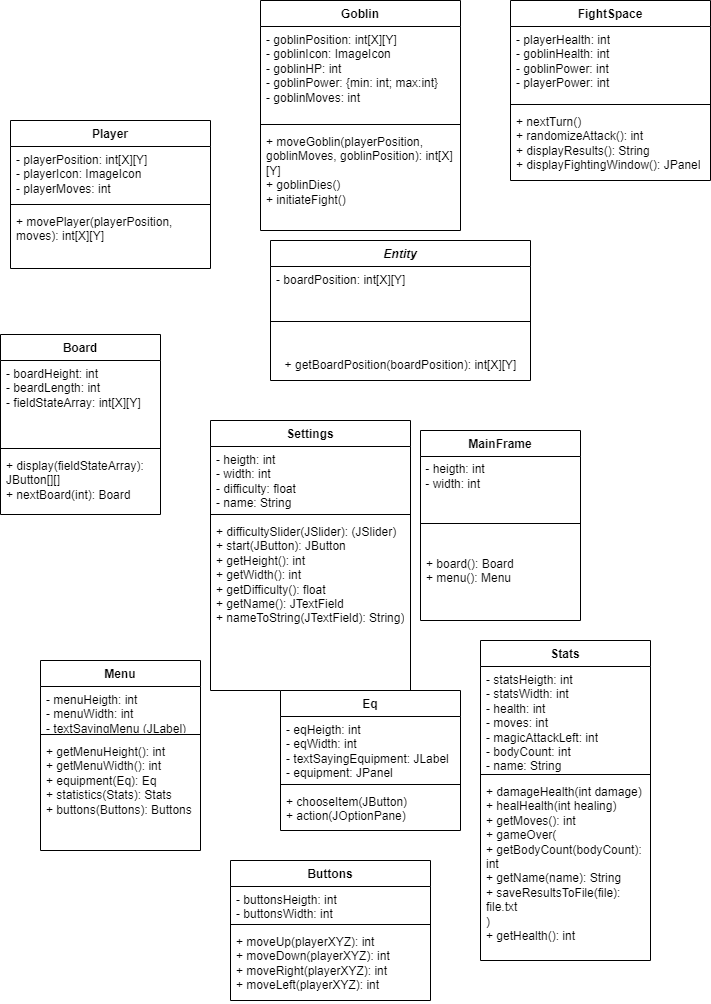
The draw.io diagram diagram_klas.png in jacob-w4/Java-simple-game, before a commit. Source tidied: cells renumbered, new cells last; positions are measured from the earlier drawing's top-left corner, leaving out a move shared by most shapes.
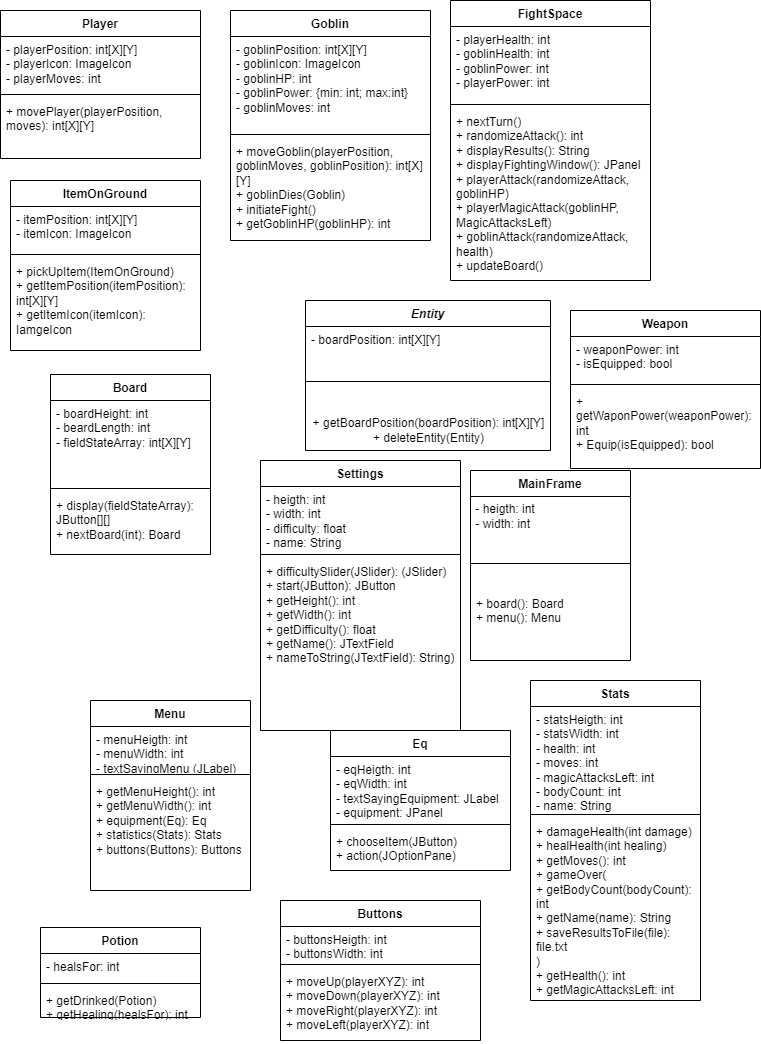
After the change.

What changed in the source:
```diff
@@ -53,13 +53,13 @@
     <mxCell id="18" value="Stats" style="swimlane;fontStyle=1;align=center;verticalAlign=top;horizontal=1;startSize=26;whiteSpace=wrap;html=1;" parent="1" vertex="1">
       <mxGeometry x="480" y="640" width="170" height="320" as="geometry" />
     </mxCell>
-    <mxCell id="19" value="- statsHeigth: int&lt;br style=&quot;border-color: var(--border-color);&quot;&gt;- statsWidth: int&lt;br&gt;- health: int&lt;br&gt;- moves: int&lt;br&gt;- magicAttackLeft: int&lt;br&gt;- bodyCount: int&lt;br&gt;- name: String" style="text;strokeColor=none;fillColor=none;align=left;verticalAlign=top;spacingLeft=4;spacingRight=4;overflow=hidden;whiteSpace=wrap;html=1;" parent="18" vertex="1">
+    <mxCell id="19" value="- statsHeigth: int&lt;br style=&quot;border-color: var(--border-color);&quot;&gt;- statsWidth: int&lt;br&gt;- health: int&lt;br&gt;- moves: int&lt;br&gt;- magicAttacksLeft: int&lt;br&gt;- bodyCount: int&lt;br&gt;- name: String" style="text;strokeColor=none;fillColor=none;align=left;verticalAlign=top;spacingLeft=4;spacingRight=4;overflow=hidden;whiteSpace=wrap;html=1;" parent="18" vertex="1">
       <mxGeometry y="26" width="170" height="104" as="geometry" />
     </mxCell>
     <mxCell id="20" style="line;strokeWidth=1;fillColor=none;align=left;verticalAlign=middle;spacingTop=-1;spacingLeft=3;spacingRight=3;labelPosition=right;strokeColor=inherit;" parent="18" vertex="1">
       <mxGeometry y="130" width="170" height="8" as="geometry" />
     </mxCell>
-    <mxCell id="21" value="+ damageHealth(int damage)&lt;br&gt;+ healHealth(int healing)&lt;br&gt;+ getMoves(): int&lt;br&gt;+ gameOver(&lt;br&gt;+ getBodyCount(bodyCount): int&lt;br style=&quot;border-color: var(--border-color);&quot;&gt;+ getName(name): String&lt;br&gt;+ saveResultsToFile(file): file.txt&lt;br&gt;)&lt;br&gt;+ getHealth(): int" style="text;strokeColor=none;fillColor=none;align=left;verticalAlign=top;spacingLeft=4;spacingRight=4;overflow=hidden;whiteSpace=wrap;html=1;" parent="18" vertex="1">
+    <mxCell id="21" value="+ damageHealth(int damage)&lt;br&gt;+ healHealth(int healing)&lt;br&gt;+ getMoves(): int&lt;br&gt;+ gameOver(&lt;br&gt;+ getBodyCount(bodyCount): int&lt;br style=&quot;border-color: var(--border-color);&quot;&gt;+ getName(name): String&lt;br&gt;+ saveResultsToFile(file): file.txt&lt;br&gt;)&lt;br&gt;+ getHealth(): int&lt;br&gt;+ getMagicAttacksLeft: int" style="text;strokeColor=none;fillColor=none;align=left;verticalAlign=top;spacingLeft=4;spacingRight=4;overflow=hidden;whiteSpace=wrap;html=1;" parent="18" vertex="1">
       <mxGeometry y="138" width="170" height="182" as="geometry" />
     </mxCell>
     <mxCell id="22" value="Buttons" style="swimlane;fontStyle=1;align=center;verticalAlign=top;horizontal=1;startSize=26;whiteSpace=wrap;html=1;" parent="1" vertex="1">
@@ -87,19 +87,19 @@
       <mxGeometry y="98" width="180" height="42" as="geometry" />
     </mxCell>
     <mxCell id="30" value="&lt;i&gt;Entity&lt;/i&gt;" style="swimlane;fontStyle=1;align=center;verticalAlign=top;horizontal=1;startSize=26;whiteSpace=wrap;html=1;" parent="1" vertex="1">
-      <mxGeometry x="270" y="240" width="260" height="140" as="geometry" />
+      <mxGeometry x="255" y="260" width="245" height="150" as="geometry" />
     </mxCell>
     <mxCell id="31" value="- boardPosition: int[X][Y]" style="text;strokeColor=none;fillColor=none;align=left;verticalAlign=top;spacingLeft=4;spacingRight=4;overflow=hidden;whiteSpace=wrap;html=1;" parent="30" vertex="1">
-      <mxGeometry y="26" width="260" height="26" as="geometry" />
+      <mxGeometry y="26" width="245" height="26" as="geometry" />
     </mxCell>
     <mxCell id="32" style="line;strokeWidth=1;fillColor=none;align=left;verticalAlign=middle;spacingTop=-1;spacingLeft=3;spacingRight=3;labelPosition=right;strokeColor=inherit;" parent="30" vertex="1">
-      <mxGeometry y="52" width="260" height="58" as="geometry" />
+      <mxGeometry y="52" width="245" height="58" as="geometry" />
     </mxCell>
-    <mxCell id="33" value="+ getBoardPosition(boardPosition): int[X][Y]" style="text;html=1;align=center;verticalAlign=middle;strokeColor=none;fillColor=none;" parent="30" vertex="1">
-      <mxGeometry y="110" width="260" height="30" as="geometry" />
+    <mxCell id="33" value="+ getBoardPosition(boardPosition): int[X][Y]&lt;br&gt;+ deleteEntity(Entity)" style="text;html=1;align=center;verticalAlign=middle;strokeColor=none;fillColor=none;" parent="30" vertex="1">
+      <mxGeometry y="110" width="245" height="40" as="geometry" />
     </mxCell>
     <mxCell id="34" value="Player" style="swimlane;fontStyle=1;align=center;verticalAlign=top;horizontal=1;startSize=26;whiteSpace=wrap;html=1;" parent="1" vertex="1">
-      <mxGeometry x="10" y="120" width="200" height="148" as="geometry" />
+      <mxGeometry x="-50" y="-30" width="200" height="148" as="geometry" />
     </mxCell>
     <mxCell id="35" value="- playerPosition: int[X][Y]&lt;br&gt;- playerIcon: ImageIcon&lt;br&gt;- playerMoves: int" style="text;strokeColor=none;fillColor=none;align=left;verticalAlign=top;spacingLeft=4;spacingRight=4;overflow=hidden;whiteSpace=wrap;html=1;" parent="34" vertex="1">
       <mxGeometry y="26" width="200" height="54" as="geometry" />
@@ -111,7 +111,7 @@
       <mxGeometry y="88" width="200" height="60" as="geometry" />
     </mxCell>
     <mxCell id="38" value="Goblin" style="swimlane;fontStyle=1;align=center;verticalAlign=top;horizontal=1;startSize=26;whiteSpace=wrap;html=1;" parent="1" vertex="1">
-      <mxGeometry x="260" width="200" height="230" as="geometry" />
+      <mxGeometry x="180" y="-30" width="200" height="230" as="geometry" />
     </mxCell>
     <mxCell id="39" value="- goblinPosition: int[X][Y]&lt;br&gt;- goblinIcon: ImageIcon&lt;br&gt;- goblinHP: int&lt;br&gt;- goblinPower: {min: int; max:int}&lt;br&gt;- goblinMoves: int" style="text;strokeColor=none;fillColor=none;align=left;verticalAlign=top;spacingLeft=4;spacingRight=4;overflow=hidden;whiteSpace=wrap;html=1;" parent="38" vertex="1">
       <mxGeometry y="26" width="200" height="94" as="geometry" />
@@ -119,11 +119,11 @@
     <mxCell id="40" style="line;strokeWidth=1;fillColor=none;align=left;verticalAlign=middle;spacingTop=-1;spacingLeft=3;spacingRight=3;labelPosition=right;strokeColor=inherit;" parent="38" vertex="1">
       <mxGeometry y="120" width="200" height="8" as="geometry" />
     </mxCell>
-    <mxCell id="41" value="+ moveGoblin(playerPosition, goblinMoves, goblinPosition): int[X][Y]&lt;br&gt;+ goblinDies()&lt;br&gt;+ initiateFight()" style="text;strokeColor=none;fillColor=none;align=left;verticalAlign=top;spacingLeft=4;spacingRight=4;overflow=hidden;whiteSpace=wrap;html=1;" parent="38" vertex="1">
+    <mxCell id="41" value="+ moveGoblin(playerPosition, goblinMoves, goblinPosition): int[X][Y]&lt;br&gt;+ goblinDies(Goblin)&lt;br&gt;+ initiateFight()&lt;br&gt;+ getGoblinHP(goblinHP): int" style="text;strokeColor=none;fillColor=none;align=left;verticalAlign=top;spacingLeft=4;spacingRight=4;overflow=hidden;whiteSpace=wrap;html=1;" parent="38" vertex="1">
       <mxGeometry y="128" width="200" height="102" as="geometry" />
     </mxCell>
     <mxCell id="42" value="FightSpace" style="swimlane;fontStyle=1;align=center;verticalAlign=top;horizontal=1;startSize=26;whiteSpace=wrap;html=1;" parent="1" vertex="1">
-      <mxGeometry x="510" width="200" height="180" as="geometry" />
+      <mxGeometry x="400" y="-40" width="200" height="280" as="geometry" />
     </mxCell>
     <mxCell id="43" value="- playerHealth: int&lt;br&gt;- goblinHealth: int&lt;br&gt;- goblinPower: int&lt;br&gt;- playerPower: int" style="text;strokeColor=none;fillColor=none;align=left;verticalAlign=top;spacingLeft=4;spacingRight=4;overflow=hidden;whiteSpace=wrap;html=1;" parent="42" vertex="1">
       <mxGeometry y="26" width="200" height="74" as="geometry" />
@@ -131,8 +131,44 @@
     <mxCell id="44" style="line;strokeWidth=1;fillColor=none;align=left;verticalAlign=middle;spacingTop=-1;spacingLeft=3;spacingRight=3;labelPosition=right;strokeColor=inherit;" parent="42" vertex="1">
       <mxGeometry y="100" width="200" height="8" as="geometry" />
     </mxCell>
-    <mxCell id="45" value="+ nextTurn()&lt;br&gt;+ randomizeAttack(): int&lt;br&gt;+ displayResults(): String&lt;br&gt;+ displayFightingWindow(): JPanel" style="text;strokeColor=none;fillColor=none;align=left;verticalAlign=top;spacingLeft=4;spacingRight=4;overflow=hidden;whiteSpace=wrap;html=1;" parent="42" vertex="1">
-      <mxGeometry y="108" width="200" height="72" as="geometry" />
+    <mxCell id="45" value="+ nextTurn()&lt;br&gt;+ randomizeAttack(): int&lt;br&gt;+ displayResults(): String&lt;br&gt;+ displayFightingWindow(): JPanel&lt;br&gt;+ playerAttack(randomizeAttack, goblinHP)&lt;br&gt;+ playerMagicAttack(goblinHP, MagicAttacksLeft)&lt;br&gt;+ goblinAttack(randomizeAttack, health)&lt;br&gt;+ updateBoard()" style="text;strokeColor=none;fillColor=none;align=left;verticalAlign=top;spacingLeft=4;spacingRight=4;overflow=hidden;whiteSpace=wrap;html=1;" parent="42" vertex="1">
+      <mxGeometry y="108" width="200" height="172" as="geometry" />
     </mxCell>
+    <mxCell id="46" value="ItemOnGround" style="swimlane;fontStyle=1;align=center;verticalAlign=top;horizontal=1;startSize=26;whiteSpace=wrap;html=1;" parent="1" vertex="1">
+      <mxGeometry x="-40" y="140" width="190" height="170" as="geometry" />
+    </mxCell>
+    <mxCell id="47" value="- itemPosition: int[X][Y]&lt;br&gt;- itemIcon: ImageIcon" style="text;strokeColor=none;fillColor=none;align=left;verticalAlign=top;spacingLeft=4;spacingRight=4;overflow=hidden;whiteSpace=wrap;html=1;" parent="46" vertex="1">
+      <mxGeometry y="26" width="190" height="44" as="geometry" />
+    </mxCell>
+    <mxCell id="48" style="line;strokeWidth=1;fillColor=none;align=left;verticalAlign=middle;spacingTop=-1;spacingLeft=3;spacingRight=3;labelPosition=right;strokeColor=inherit;" parent="46" vertex="1">
+      <mxGeometry y="70" width="190" height="8" as="geometry" />
+    </mxCell>
+    <mxCell id="49" value="+ pickUpItem(ItemOnGround)&lt;br&gt;+ getItemPosition(itemPosition): int[X][Y]&lt;br&gt;+ getItemIcon(itemIcon): IamgeIcon" style="text;strokeColor=none;fillColor=none;align=left;verticalAlign=top;spacingLeft=4;spacingRight=4;overflow=hidden;whiteSpace=wrap;html=1;" parent="46" vertex="1">
+      <mxGeometry y="78" width="190" height="92" as="geometry" />
+    </mxCell>
+    <mxCell id="50" value="Weapon" style="swimlane;fontStyle=1;align=center;verticalAlign=top;horizontal=1;startSize=26;whiteSpace=wrap;html=1;" parent="1" vertex="1">
+      <mxGeometry x="520" y="270" width="190" height="158" as="geometry" />
+    </mxCell>
+    <mxCell id="51" value="- weaponPower: int&lt;br&gt;- isEquipped: bool" style="text;strokeColor=none;fillColor=none;align=left;verticalAlign=top;spacingLeft=4;spacingRight=4;overflow=hidden;whiteSpace=wrap;html=1;" parent="50" vertex="1">
+      <mxGeometry y="26" width="190" height="44" as="geometry" />
+    </mxCell>
+    <mxCell id="52" style="line;strokeWidth=1;fillColor=none;align=left;verticalAlign=middle;spacingTop=-1;spacingLeft=3;spacingRight=3;labelPosition=right;strokeColor=inherit;" parent="50" vertex="1">
+      <mxGeometry y="70" width="190" height="8" as="geometry" />
+    </mxCell>
+    <mxCell id="53" value="+ getWaponPower(weaponPower): int&lt;br&gt;+ Equip(isEquipped): bool" style="text;strokeColor=none;fillColor=none;align=left;verticalAlign=top;spacingLeft=4;spacingRight=4;overflow=hidden;whiteSpace=wrap;html=1;" parent="50" vertex="1">
+      <mxGeometry y="78" width="190" height="80" as="geometry" />
+    </mxCell>
+    <mxCell id="54" value="Potion" style="swimlane;fontStyle=1;align=center;verticalAlign=top;horizontal=1;startSize=26;whiteSpace=wrap;html=1;" parent="1" vertex="1">
+      <mxGeometry x="-10" y="887" width="160" height="90" as="geometry" />
+    </mxCell>
+    <mxCell id="55" value="- healsFor: int" style="text;strokeColor=none;fillColor=none;align=left;verticalAlign=top;spacingLeft=4;spacingRight=4;overflow=hidden;whiteSpace=wrap;html=1;" parent="54" vertex="1">
+      <mxGeometry y="26" width="160" height="26" as="geometry" />
+    </mxCell>
+    <mxCell id="56" style="line;strokeWidth=1;fillColor=none;align=left;verticalAlign=middle;spacingTop=-1;spacingLeft=3;spacingRight=3;labelPosition=right;strokeColor=inherit;" parent="54" vertex="1">
+      <mxGeometry y="52" width="160" height="8" as="geometry" />
+    </mxCell>
+    <mxCell id="57" value="+ getDrinked(Potion)&lt;br&gt;+ getHealing(healsFor): int" style="text;strokeColor=none;fillColor=none;align=left;verticalAlign=top;spacingLeft=4;spacingRight=4;overflow=hidden;whiteSpace=wrap;html=1;" parent="54" vertex="1">
+      <mxGeometry y="60" width="160" height="30" as="geometry" />
+    </mxCell>
   </root>
 </mxGraphModel>
```
